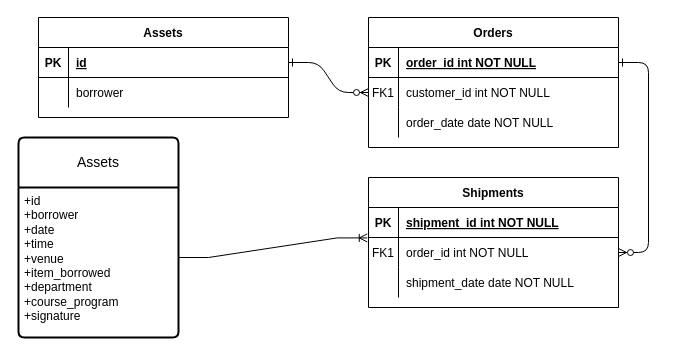
The draw.io diagram Untitled Diagram.drawio in tricia-mj/Technical-Media-Inventory-System, before the edit. Source tidied: cells renumbered, new cells numbered last; positions are measured from the earlier drawing's top-left corner, leaving out a move shared by most shapes. Both pictures are drawn from the tidied source at 100%, with x=0, y=0 at pixel (18, 17).
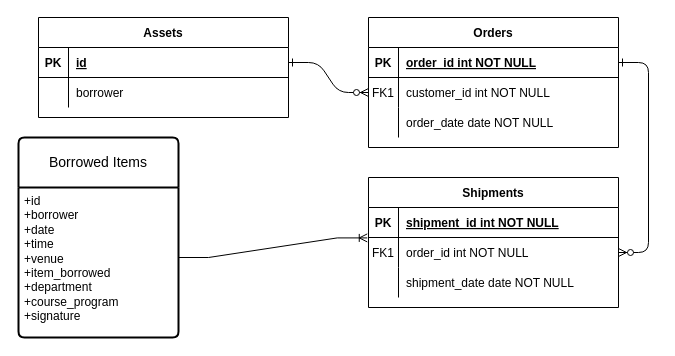
Above is the later version.

Diff of the diagram source:
```diff
@@
-    <mxCell id="31" value="Assets" style="swimlane;horizontal=1;startSize=50;rounded=1;fontSize=14;fontStyle=0;strokeWidth=2;shadow=0;dashed=0;align=center;arcSize=4;whiteSpace=wrap;html=1;" parent="1" vertex="1">
+    <mxCell id="31" value="Borrowed Items" style="swimlane;horizontal=1;startSize=50;rounded=1;fontSize=14;fontStyle=0;strokeWidth=2;shadow=0;dashed=0;align=center;arcSize=4;whiteSpace=wrap;html=1;" parent="1" vertex="1">
       <mxGeometry y="120" width="160" height="200" as="geometry" />
     </mxCell>
```
